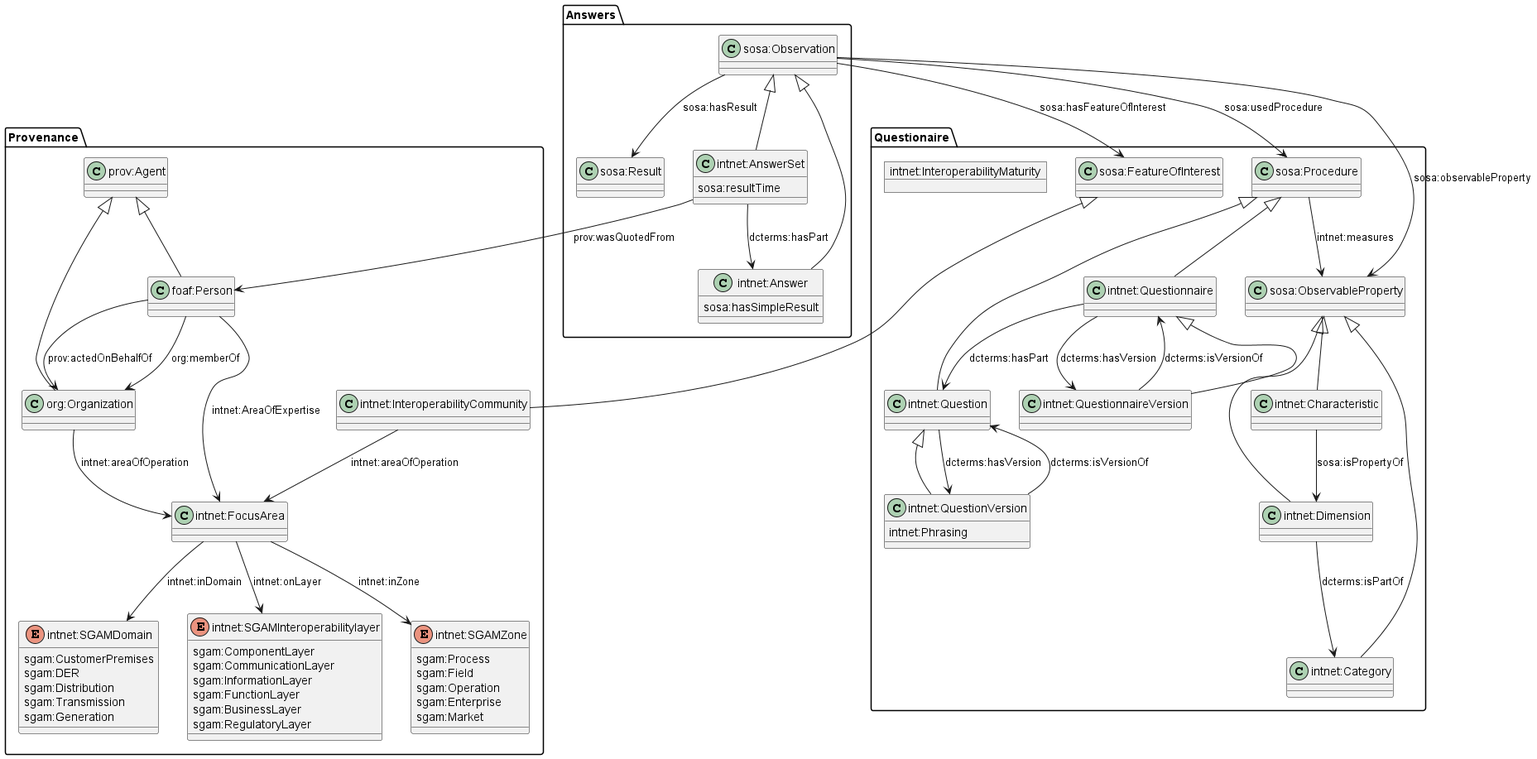
Before: out/InformationModels/EminentVocabulary/Eminent Vocabulary.png, a diagram exported from PlantUML (int-net/EminentModel).
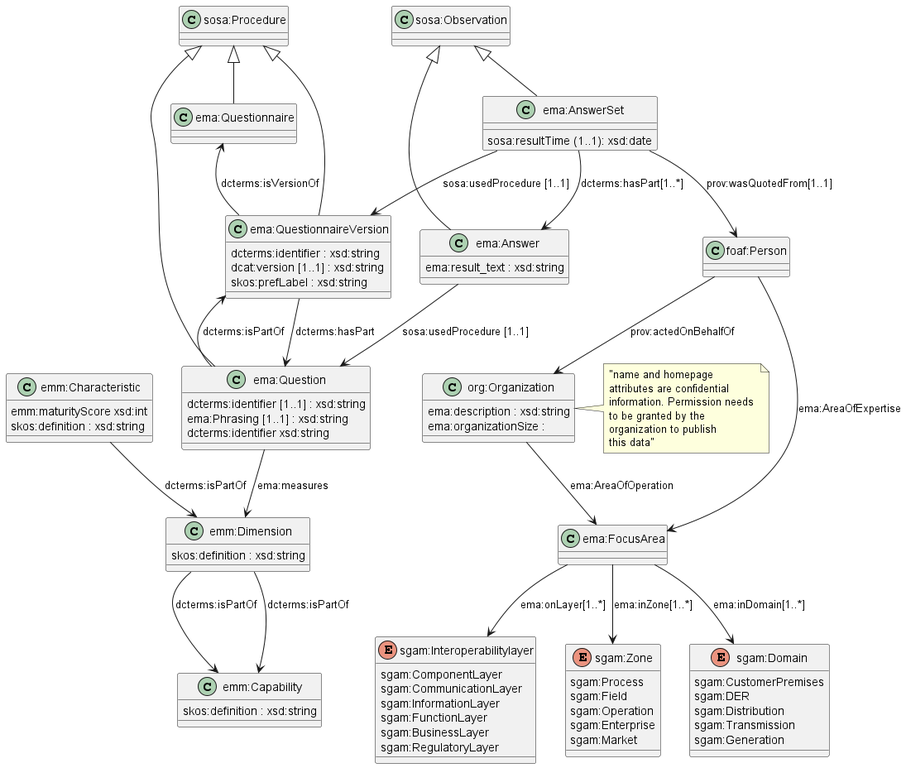
Above is the later version.

Commit message:
updated information model diagrams to match implementation

What changed in the source:
```diff
@@ -1,106 +1,141 @@
 @startuml Eminent Vocabulary
 
 
-package Questionaire {
-    class "sosa:Procedure" as Procedure
-    class "sosa:FeatureOfInterest" as FOI
-    class "sosa:ObservableProperty" as OP
-    Object "intnet:InteroperabilityMaturity" as IM
-    class "intnet:Questionnaire" as QR
-    class "intnet:QuestionnaireVersion" as QRV
-    class "intnet:Question" as Q
-    class "intnet:QuestionVersion" as QV{
-            intnet:Phrasing
-    }
-    class "intnet:Characteristic" as Char
-    class "intnet:Dimension" as Dimension
-    class "intnet:Category" as Category
+     class "sosa:Procedure" as Procedure
+     class "ema:Questionnaire" as QR
+     class "ema:QuestionnaireVersion" as QRV
+
+    class "sosa:Observation" as Observation
+
+
+
+
+
+
+
+
+
+
+
+
+
+
+
+class "ema:AnswerSet" as Anss {
+    sosa:resultTime (1..1): xsd:date
 }
 
-package Answers {
-    class "sosa:Observation" as Observation
-    class "sosa:Result" as Result
-    class "intnet:Answer" as Ans {
-        sosa:hasSimpleResult
-    }
-    class "intnet:AnswerSet" as Anss {
-        sosa:resultTime
-    }
+class "ema:Answer" as Ans {
+    ema:result_text : xsd:string
+}
+class "ema:QuestionnaireVersion" as QRV {
+}
+
+
+
+class "foaf:Person" as Person
+
+class "org:Organization" as Organization {
+    ema:description : xsd:string
+    ema:organizationSize :
 
 }
 
-package Provenance {
-    class "intnet:InteroperabilityCommunity" as iopc
-    class "prov:Agent" as Agent
-    class "foaf:Person" as Person
-    class "org:Organization" as Organization
-    class "intnet:FocusArea" as FA
+note right : "name and homepage \nattributes are confidential \ninformation. Permission needs \nto be granted by the \norganization to publish \nthis data"
 
-    enum "intnet:SGAMZone" as iopz {
-        sgam:Process
-        sgam:Field
-        sgam:Operation
-        sgam:Enterprise
-        sgam:Market
-    }
+class "ema:FocusArea" as FA
 
-    enum "intnet:SGAMDomain" as iopd {
-        sgam:CustomerPremises
-        sgam:DER
-        sgam:Distribution
-        sgam:Transmission
-        sgam:Generation
-    }
-
-    enum "intnet:SGAMInteroperabilitylayer" as iopl {
-        sgam:ComponentLayer
-        sgam:CommunicationLayer
-        sgam:InformationLayer
-        sgam:FunctionLayer
-        sgam:BusinessLayer
-        sgam:RegulatoryLayer
-    }
+enum "sgam:Zone" as iopz {
+    sgam:Process
+    sgam:Field
+    sgam:Operation
+    sgam:Enterprise
+    sgam:Market
 }
 
-FOI <|-- iopc
-OP <|-- Dimension
-OP <|- Category
-QR <|-- QRV
-Procedure <|-- QR
-Procedure <|-- Q
-Q <|-- QV
-OP <|-- Char
+enum "sgam:Domain" as iopd {
+    sgam:CustomerPremises
+    sgam:DER
+    sgam:Distribution
+    sgam:Transmission
+    sgam:Generation
+}
+
+enum "sgam:Interoperabilitylayer" as iopl {
+    sgam:ComponentLayer
+    sgam:CommunicationLayer
+    sgam:InformationLayer
+    sgam:FunctionLayer
+    sgam:BusinessLayer
+    sgam:RegulatoryLayer
+}
+
+
+
+
+class "ema:QuestionnaireVersion" as QRV {
+    dcterms:identifier : xsd:string
+    dcat:version [1..1] : xsd:string
+    skos:prefLabel : xsd:string
+}
+
+class "ema:Question" as Q {
+    dcterms:identifier [1..1] : xsd:string
+    ema:Phrasing [1..1] : xsd:string
+    dcterms:identifier xsd:string
+}
+
+class "emm:Characteristic" as char{
+    emm:maturityScore xsd:int
+    skos:definition : xsd:string
+}
+
+class "emm:Dimension" as Dimension {
+    skos:definition : xsd:string
+}
+
+class "emm:Capability" as cap {
+    skos:definition : xsd:string
+}
+
+
+class "intnet:Questionnaire" as QR
+
+
+
+
+
+QR <-- QRV : "dcterms:isVersionOf"
+Q <-- QRV : "dcterms:hasPart"
+QRV <-- Q : "dcterms:isPartOf"
+Q --> Dimension : "ema:measures"
+
+
+
+char --> Dimension : "dcterms:isPartOf"
+
+Dimension --> cap : "dcterms:isPartOf"
+
+Dimension --> cap :"dcterms:isPartOf"
+
 Observation <|-- Ans
 Observation <|-- Anss
-Agent <|-- Person
-Agent <|-- Organization
+Procedure <|-- QRV
+Procedure <|-- Q
+Procedure <|-- QR
 
-Person --> Organization : "org:memberOf"
+Anss --> Ans : "dcterms:hasPart[1..*]"
+
+Anss --> QRV : "sosa:usedProcedure [1..1]"
+Ans --> Q : "sosa:usedProcedure [1..1]"
+
+Anss --> Person :"prov:wasQuotedFrom[1..1]"
 Person --> Organization : "prov:actedOnBehalfOf"
 
-Person --> FA : "intnet:AreaOfExpertise"
-Organization --> FA : "intnet:areaOfOperation"
-
-FA --> iopd : "intnet:inDomain"
-FA --> iopl : "intnet:onLayer"
-FA --> iopz : "intnet:inZone"
-
-Observation --> FOI : "sosa:hasFeatureOfInterest"
-Observation --> Procedure : "sosa:usedProcedure"
-Observation --> Result : "sosa:hasResult"
-Observation --> OP : "sosa:observableProperty"
-
-QR --> Q : "dcterms:hasPart"
-QR --> QRV : "dcterms:hasVersion"
-QRV --> QR : "dcterms:isVersionOf"
-Q --> QV : "dcterms:hasVersion"
-QV --> Q : "dcterms:isVersionOf"
-Anss --> Ans : "dcterms:hasPart"
-Anss --> Person :"prov:wasQuotedFrom"
-
-Dimension --> Category : "dcterms:isPartOf"
-Char --> Dimension : "sosa:isPropertyOf"
-Procedure --> OP : "intnet:measures"
-iopc --> FA : "intnet:areaOfOperation"
+FA --> iopd : "ema:inDomain[1..*]"
+FA --> iopl : "ema:onLayer[1..*]"
+FA --> iopz : "ema:inZone[1..*]"
+Person --> FA : "ema:AreaOfExpertise"
+Organization --> FA : "ema:AreaOfOperation"
 
 @enduml
```
